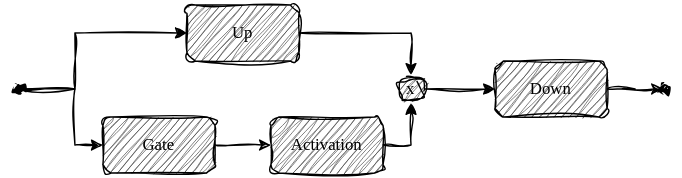
mutichung/activation-sparsity-presentation keeps this draw.io diagram as assets/ffn.drawio.svg. Above is the earlier version. Source tidied: cells renumbered, new cells last; positions are measured from the earlier drawing's top-left corner, leaving out a move shared by most shapes.
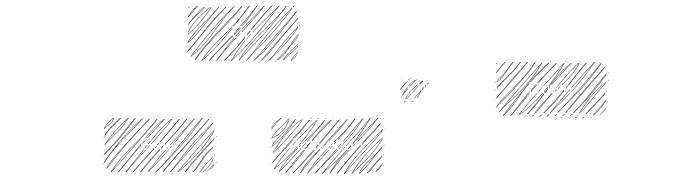
After the change.

Change to the diagram source:
```diff
@@ -5,19 +5,19 @@
     <mxCell id="2" style="edgeStyle=orthogonalEdgeStyle;rounded=0;sketch=1;hachureGap=4;jiggle=2;curveFitting=1;jettySize=auto;html=1;entryX=0.5;entryY=0;entryDx=0;entryDy=0;fontFamily=Comic Sans MS;fontSource=https%3A%2F%2Ffonts.googleapis.com%2Fcss%3Ffamily%3DArchitects%2BDaughter;fontSize=12;fontColor=default;" parent="1" edge="1" source="3" target="12">
       <mxGeometry relative="1" as="geometry" />
     </mxCell>
-    <mxCell id="3" value="Up" style="rounded=1;whiteSpace=wrap;html=1;sketch=1;curveFitting=1;jiggle=2;fontFamily=Comic Sans MS;fillColor=#4D4D4D;" parent="1" vertex="1">
+    <mxCell id="3" value="Up" style="rounded=1;whiteSpace=wrap;html=1;sketch=1;curveFitting=1;jiggle=2;fontFamily=Comic Relief;fillColor=#4D4D4D;fontSource=https%3A%2F%2Ffonts.googleapis.com%2Fcss%3Ffamily%3DComic%2BRelief;" parent="1" vertex="1">
       <mxGeometry x="130" width="80" height="40" as="geometry" />
     </mxCell>
     <mxCell id="4" style="edgeStyle=orthogonalEdgeStyle;rounded=0;sketch=1;hachureGap=4;jiggle=2;curveFitting=1;jettySize=auto;html=1;fontFamily=Comic Sans MS;fontSource=https%3A%2F%2Ffonts.googleapis.com%2Fcss%3Ffamily%3DArchitects%2BDaughter;fontSize=12;fontColor=default;" parent="1" edge="1" source="5" target="7">
       <mxGeometry relative="1" as="geometry" />
     </mxCell>
-    <mxCell id="5" value="Gate" style="rounded=1;whiteSpace=wrap;html=1;sketch=1;curveFitting=1;jiggle=2;fontFamily=Comic Sans MS;fillColor=#4D4D4D;" parent="1" vertex="1">
+    <mxCell id="5" value="Gate" style="rounded=1;whiteSpace=wrap;html=1;sketch=1;curveFitting=1;jiggle=2;fontFamily=Comic Relief;fillColor=#4D4D4D;fontSource=https%3A%2F%2Ffonts.googleapis.com%2Fcss%3Ffamily%3DComic%2BRelief;" parent="1" vertex="1">
       <mxGeometry x="70" y="80" width="80" height="40" as="geometry" />
     </mxCell>
     <mxCell id="6" style="edgeStyle=orthogonalEdgeStyle;rounded=0;sketch=1;hachureGap=4;jiggle=2;curveFitting=1;jettySize=auto;html=1;entryX=0.5;entryY=1;entryDx=0;entryDy=0;fontFamily=Comic Sans MS;fontSource=https%3A%2F%2Ffonts.googleapis.com%2Fcss%3Ffamily%3DArchitects%2BDaughter;fontSize=12;fontColor=default;" parent="1" edge="1" source="7" target="12">
       <mxGeometry relative="1" as="geometry" />
     </mxCell>
-    <mxCell id="7" value="Activation" style="rounded=1;whiteSpace=wrap;html=1;sketch=1;curveFitting=1;jiggle=2;fontFamily=Comic Sans MS;fillColor=#4D4D4D;" parent="1" vertex="1">
+    <mxCell id="7" value="Activation" style="rounded=1;whiteSpace=wrap;html=1;sketch=1;curveFitting=1;jiggle=2;fontFamily=Comic Relief;fillColor=#4D4D4D;fontSource=https%3A%2F%2Ffonts.googleapis.com%2Fcss%3Ffamily%3DComic%2BRelief;" parent="1" vertex="1">
       <mxGeometry x="190" y="80" width="80" height="40" as="geometry" />
     </mxCell>
     <mxCell id="8" style="edgeStyle=orthogonalEdgeStyle;rounded=0;sketch=1;hachureGap=4;jiggle=2;curveFitting=1;jettySize=auto;html=1;entryX=0;entryY=0.5;entryDx=0;entryDy=0;fontFamily=Comic Sans MS;fontSource=https%3A%2F%2Ffonts.googleapis.com%2Fcss%3Ffamily%3DArchitects%2BDaughter;fontSize=12;fontColor=default;" parent="1" edge="1" source="10" target="5">
@@ -45,7 +45,7 @@
     <mxCell id="12" value="x" style="ellipse;whiteSpace=wrap;html=1;rounded=1;strokeColor=default;align=center;verticalAlign=middle;fontFamily=Comic Sans MS;fontSize=12;fontColor=default;fillColor=#4D4D4D;sketch=1;curveFitting=1;jiggle=2;" parent="1" vertex="1">
       <mxGeometry x="280" y="50" width="20" height="20" as="geometry" />
     </mxCell>
-    <mxCell id="13" value="Down" style="rounded=1;whiteSpace=wrap;html=1;sketch=1;curveFitting=1;jiggle=2;fontFamily=Comic Sans MS;fillColor=#4D4D4D;" parent="1" vertex="1">
+    <mxCell id="13" value="Down" style="rounded=1;whiteSpace=wrap;html=1;sketch=1;curveFitting=1;jiggle=2;fontFamily=Comic Relief;fillColor=#4D4D4D;fontSource=https%3A%2F%2Ffonts.googleapis.com%2Fcss%3Ffamily%3DComic%2BRelief;" parent="1" vertex="1">
       <mxGeometry x="350" y="40" width="80" height="40" as="geometry" />
     </mxCell>
     <mxCell id="14" style="shape=waypoint;sketch=1;size=6;points=[];fillColor=none;perimeter=centerPerimeter;snapToPoint=1;rounded=1;jiggle=2;curveFitting=1;strokeColor=default;align=center;verticalAlign=middle;fontFamily=Comic Sans MS;fontSize=12;fontColor=default;" parent="1" vertex="1">
```
